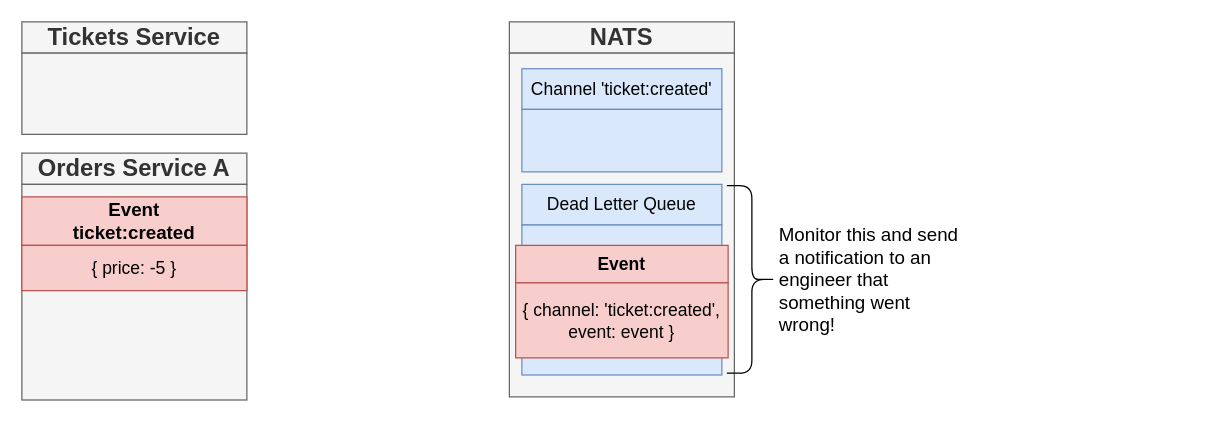
Above: page "15 - dead" (19 of 19) of diagrams/08/01.drawio in HappySuzuki/microservices-cast (draw.io), before the change. Source tidied: cells renumbered, new cells numbered last; positions are measured from the earlier drawing's top-left corner, leaving out a move shared by most shapes. Both pictures are drawn from the tidied source at 125%, with x=0, y=0 at pixel (21, 21).
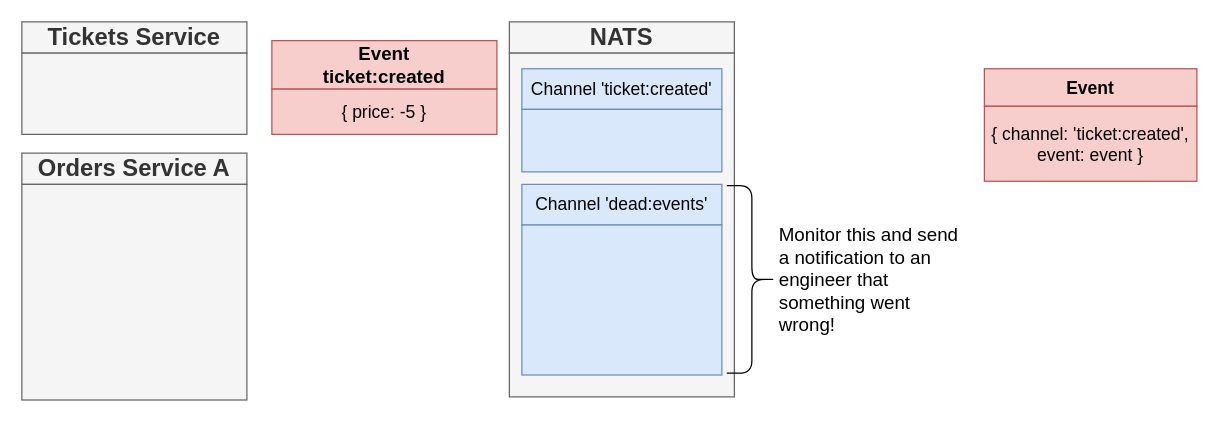
The same page after the edit.

Change to the diagram source:
```diff
@@
 <mxGraphModel>
   <root>
     <mxCell id="0" />
     <mxCell id="1" parent="0" />
     <mxCell id="2" value="Orders Service A" style="rounded=0;whiteSpace=wrap;html=1;fontSize=19;fillColor=#f5f5f5;strokeColor=#666666;fontColor=#333333;fontStyle=1;" parent="1" vertex="1">
       <mxGeometry y="105" width="180" height="25" as="geometry" />
     </mxCell>
     <mxCell id="3" style="rounded=0;whiteSpace=wrap;html=1;fontSize=22;fillColor=#f5f5f5;strokeColor=#666666;fontColor=#333333;fontStyle=1;" parent="1" vertex="1">
       <mxGeometry y="130" width="180" height="172.5" as="geometry" />
     </mxCell>
     <mxCell id="4" value="Tickets Service" style="rounded=0;whiteSpace=wrap;html=1;fontSize=19;fillColor=#f5f5f5;strokeColor=#666666;fontColor=#333333;fontStyle=1;" parent="1" vertex="1">
       <mxGeometry width="180" height="25" as="geometry" />
     </mxCell>
     <mxCell id="5" style="rounded=0;whiteSpace=wrap;html=1;fontSize=22;fillColor=#f5f5f5;strokeColor=#666666;fontColor=#333333;fontStyle=1;" parent="1" vertex="1">
       <mxGeometry y="25" width="180" height="65" as="geometry" />
     </mxCell>
     <mxCell id="6" value="NATS" style="rounded=0;whiteSpace=wrap;html=1;fontSize=19;fillColor=#f5f5f5;strokeColor=#666666;fontColor=#333333;fontStyle=1;" parent="1" vertex="1">
       <mxGeometry x="390" width="180" height="25" as="geometry" />
     </mxCell>
     <mxCell id="7" style="rounded=0;whiteSpace=wrap;html=1;fontSize=22;fillColor=#f5f5f5;strokeColor=#666666;fontColor=#333333;fontStyle=1;" parent="1" vertex="1">
       <mxGeometry x="390" y="25" width="180" height="275" as="geometry" />
     </mxCell>
     <mxCell id="8" value="Channel 'ticket:created'" style="rounded=0;whiteSpace=wrap;html=1;fontSize=14;fillColor=#dae8fc;strokeColor=#6c8ebf;" parent="1" vertex="1">
       <mxGeometry x="400" y="37.5" width="160" height="32.5" as="geometry" />
     </mxCell>
     <mxCell id="9" style="rounded=0;whiteSpace=wrap;html=1;fontSize=14;fillColor=#dae8fc;strokeColor=#6c8ebf;" parent="1" vertex="1">
       <mxGeometry x="400" y="70" width="160" height="50" as="geometry" />
     </mxCell>
-    <mxCell id="10" value="Dead Letter Queue" style="rounded=0;whiteSpace=wrap;html=1;fontSize=14;fillColor=#dae8fc;strokeColor=#6c8ebf;" parent="1" vertex="1">
+    <mxCell id="10" value="Channel 'dead:events'" style="rounded=0;whiteSpace=wrap;html=1;fontSize=14;fillColor=#dae8fc;strokeColor=#6c8ebf;" parent="1" vertex="1">
       <mxGeometry x="400" y="130" width="160" height="32.5" as="geometry" />
     </mxCell>
     <mxCell id="11" style="rounded=0;whiteSpace=wrap;html=1;fontSize=14;fillColor=#dae8fc;strokeColor=#6c8ebf;" parent="1" vertex="1">
       <mxGeometry x="400" y="162.5" width="160" height="120" as="geometry" />
     </mxCell>
     <mxCell id="12" style="shape=curlyBracket;whiteSpace=wrap;html=1;rounded=1;fontSize=15;align=right;rotation=-180;" parent="1" vertex="1">
       <mxGeometry x="564" y="131" width="40" height="150" as="geometry" />
     </mxCell>
     <mxCell id="13" value="Monitor this and send a notification to an engineer that something went wrong!" style="text;html=1;strokeColor=none;fillColor=none;align=left;verticalAlign=middle;whiteSpace=wrap;rounded=0;fontSize=15;" parent="1" vertex="1">
       <mxGeometry x="604" y="165.5" width="146" height="81" as="geometry" />
     </mxCell>
     <mxCell id="14" value="&lt;b style=&quot;font-size: 14px&quot;&gt;Event&lt;/b&gt;&lt;br style=&quot;font-size: 14px&quot;&gt;" style="rounded=0;whiteSpace=wrap;html=1;fontSize=14;fillColor=#f8cecc;strokeColor=#b85450;" parent="1" vertex="1">
-      <mxGeometry x="395" y="178.8" width="170" height="30" as="geometry" />
+      <mxGeometry x="770" y="37.5" width="170" height="30" as="geometry" />
     </mxCell>
     <mxCell id="15" value="{ channel: 'ticket:created', event: event }" style="rounded=0;whiteSpace=wrap;html=1;fontSize=14;fillColor=#f8cecc;strokeColor=#b85450;fontStyle=0;" parent="1" vertex="1">
-      <mxGeometry x="395" y="208.8" width="170" height="60" as="geometry" />
+      <mxGeometry x="770" y="67.5" width="170" height="60" as="geometry" />
     </mxCell>
     <mxCell id="16" value="&lt;b style=&quot;font-size: 15px;&quot;&gt;Event&lt;br style=&quot;font-size: 15px;&quot;&gt;ticket:created&lt;br style=&quot;font-size: 15px;&quot;&gt;&lt;/b&gt;" style="rounded=0;whiteSpace=wrap;html=1;fontSize=15;fillColor=#f8cecc;strokeColor=#b85450;" parent="1" vertex="1">
-      <mxGeometry y="140" width="180" height="38.8" as="geometry" />
+      <mxGeometry x="200" y="15" width="180" height="38.8" as="geometry" />
     </mxCell>
     <mxCell id="17" value="{ price: -5 }" style="rounded=0;whiteSpace=wrap;html=1;fontSize=14;fillColor=#f8cecc;strokeColor=#b85450;fontStyle=0;" parent="1" vertex="1">
-      <mxGeometry y="178.8" width="180" height="36.2" as="geometry" />
+      <mxGeometry x="200" y="53.8" width="180" height="36.2" as="geometry" />
     </mxCell>
   </root>
 </mxGraphModel>
```
